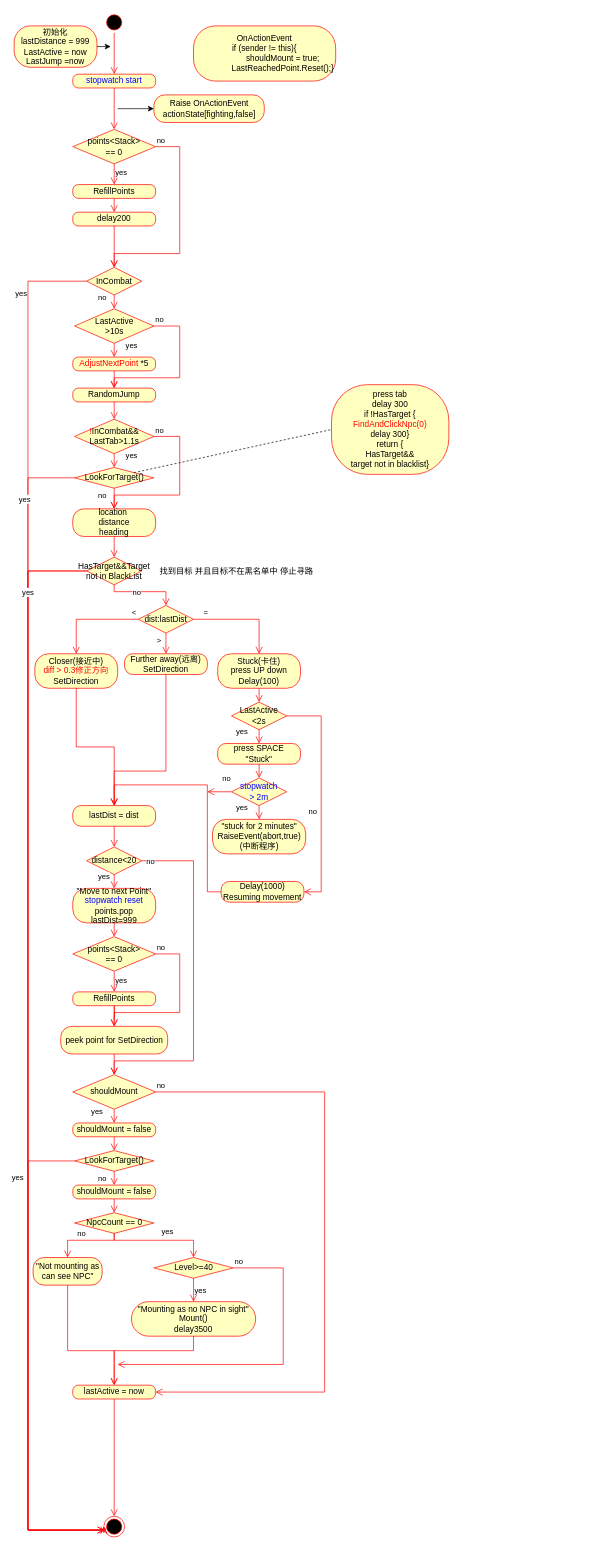
Before: FollowRouteAction.drawio in YannieCheung/botgrams, a draw.io diagram. Source tidied: cells renumbered, new cells numbered last; positions are measured from the earlier drawing's top-left corner, leaving out a move shared by most shapes. Both pictures are drawn from the tidied source at 69%, with x=0, y=0 at pixel (14, 12).
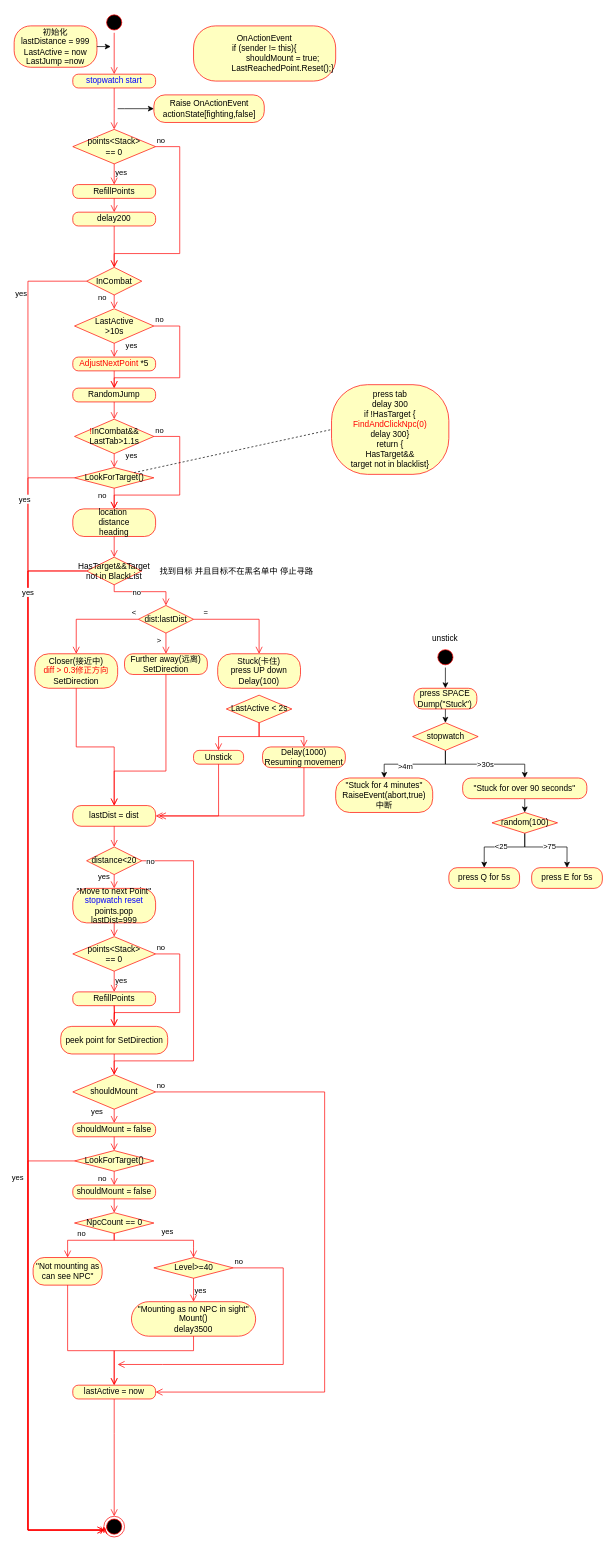
The same page after the edit.

The change refers to these unchanged cells:
```xml
<mxCell id="32" value="Stuck(卡住)&lt;br&gt;press UP down&lt;br&gt;Delay(100)" style="rounded=1;whiteSpace=wrap;html=1;arcSize=40;fontColor=#000000;fillColor=#ffffc0;strokeColor=#ff0000;" parent="1" vertex="1">
  <mxGeometry x="295" y="930" width="120" height="50" as="geometry" />
</mxCell>
<mxCell id="40" value="lastDist =&amp;nbsp;dist" style="rounded=1;whiteSpace=wrap;html=1;arcSize=40;fontColor=#000000;fillColor=#ffffc0;strokeColor=#ff0000;" parent="1" vertex="1">
  <mxGeometry x="85" y="1150" width="120" height="30" as="geometry" />
</mxCell>
```

Diff of the diagram source:
```diff
@@
-    <mxCell id="33" value="LastActive&lt;br&gt;&amp;lt;2s" style="rhombus;whiteSpace=wrap;html=1;fillColor=#ffffc0;strokeColor=#ff0000;" parent="1" vertex="1">
-      <mxGeometry x="315" y="1000" width="80" height="40" as="geometry" />
-    </mxCell>
-    <mxCell id="34" value="yes" style="edgeStyle=orthogonalEdgeStyle;html=1;align=left;verticalAlign=top;endArrow=open;endSize=8;strokeColor=#ff0000;rounded=0;exitX=0.5;exitY=1;exitDx=0;exitDy=0;entryX=0.5;entryY=0;entryDx=0;entryDy=0;" parent="1" edge="1" source="33" target="35">
-      <mxGeometry x="-1" y="-36" relative="1" as="geometry">
-        <mxPoint x="1" y="-10" as="offset" />
-      </mxGeometry>
-    </mxCell>
-    <mxCell id="35" value="press SPACE&lt;br&gt;&quot;Stuck&quot;" style="rounded=1;whiteSpace=wrap;html=1;arcSize=40;fontColor=#000000;fillColor=#ffffc0;strokeColor=#ff0000;" parent="1" vertex="1">
-      <mxGeometry x="295" y="1060" width="120" height="30" as="geometry" />
-    </mxCell>
     <mxCell id="36" value="Delay(1000)&lt;br&gt;Resuming movement" style="rounded=1;whiteSpace=wrap;html=1;arcSize=40;fontColor=#000000;fillColor=#ffffc0;strokeColor=#ff0000;" parent="1" vertex="1">
-      <mxGeometry x="300" y="1260" width="120" height="30" as="geometry" />
+      <mxGeometry x="360" y="1065" width="120" height="30" as="geometry" />
     </mxCell>
-    <mxCell id="37" value="no" style="edgeStyle=orthogonalEdgeStyle;html=1;align=left;verticalAlign=bottom;endArrow=open;endSize=8;strokeColor=#ff0000;rounded=0;entryX=1;entryY=0.5;entryDx=0;entryDy=0;exitX=1;exitY=0.5;exitDx=0;exitDy=0;" parent="1" edge="1" source="33" target="36">
-      <mxGeometry x="0.2" y="-20" relative="1" as="geometry">
-        <Array as="points">
-          <mxPoint x="445" y="1020" />
-          <mxPoint x="445" y="1275" />
-        </Array>
-      </mxGeometry>
-    </mxCell>
@@
-    <mxCell id="43" style="edgeStyle=orthogonalEdgeStyle;html=1;verticalAlign=bottom;endArrow=open;endSize=8;strokeColor=#ff0000;rounded=0;fontColor=#FF0000;exitX=0;exitY=0.5;exitDx=0;exitDy=0;" parent="1" edge="1" source="36" target="40">
+    <mxCell id="43" style="edgeStyle=orthogonalEdgeStyle;html=1;verticalAlign=bottom;endArrow=open;endSize=8;strokeColor=#ff0000;rounded=0;fontColor=#FF0000;exitX=0.5;exitY=1;exitDx=0;exitDy=0;" parent="1" edge="1" source="36" target="40">
       <mxGeometry relative="1" as="geometry">
         <Array as="points">
-          <mxPoint x="280" y="1275" />
-          <mxPoint x="280" y="1120" />
-          <mxPoint x="145" y="1120" />
+          <mxPoint x="420" y="1165" />
         </Array>
       </mxGeometry>
     </mxCell>
@@
-    <mxCell id="70" value="&lt;font color=&quot;#0000ff&quot;&gt;stopwatch &lt;br&gt;&amp;gt; 2m&lt;/font&gt;" style="rhombus;whiteSpace=wrap;html=1;fillColor=#ffffc0;strokeColor=#ff0000;" parent="1" vertex="1">
-      <mxGeometry x="315" y="1110" width="80" height="40" as="geometry" />
-    </mxCell>
-    <mxCell id="71" style="edgeStyle=orthogonalEdgeStyle;html=1;verticalAlign=bottom;endArrow=open;endSize=8;strokeColor=#ff0000;rounded=0;exitX=0.5;exitY=1;exitDx=0;exitDy=0;entryX=0.5;entryY=0;entryDx=0;entryDy=0;" parent="1" edge="1" source="35" target="70">
-      <mxGeometry relative="1" as="geometry" />
-    </mxCell>
-    <mxCell id="72" style="edgeStyle=orthogonalEdgeStyle;html=1;verticalAlign=bottom;endArrow=open;endSize=8;strokeColor=#ff0000;rounded=0;exitX=0.5;exitY=1;exitDx=0;exitDy=0;entryX=0.5;entryY=0;entryDx=0;entryDy=0;" parent="1" edge="1" source="32" target="33">
+    <mxCell id="72" style="edgeStyle=orthogonalEdgeStyle;html=1;verticalAlign=bottom;endArrow=open;endSize=8;strokeColor=#ff0000;rounded=0;entryX=0.5;entryY=0;entryDx=0;entryDy=0;exitX=0.5;exitY=1;exitDx=0;exitDy=0;" parent="1" edge="1" source="119" target="73">
       <mxGeometry relative="1" as="geometry" />
     </mxCell>
-    <mxCell id="73" value="&quot;stuck for 2 minutes&quot;&lt;br&gt;RaiseEvent(abort,true)&lt;br&gt;(中断程序)" style="rounded=1;whiteSpace=wrap;html=1;arcSize=40;fontColor=#000000;fillColor=#ffffc0;strokeColor=#ff0000;" parent="1" vertex="1">
-      <mxGeometry x="287.5" y="1170" width="135" height="50" as="geometry" />
+    <mxCell id="73" value="Unstick" style="rounded=1;whiteSpace=wrap;html=1;arcSize=40;fontColor=#000000;fillColor=#ffffc0;strokeColor=#ff0000;" parent="1" vertex="1">
+      <mxGeometry x="260" y="1070" width="72.5" height="20" as="geometry" />
     </mxCell>
-    <mxCell id="74" value="yes" style="edgeStyle=orthogonalEdgeStyle;html=1;align=left;verticalAlign=top;endArrow=open;endSize=8;strokeColor=#ff0000;rounded=0;exitX=0.5;exitY=1;exitDx=0;exitDy=0;entryX=0.5;entryY=0;entryDx=0;entryDy=0;" parent="1" edge="1" source="70" target="73">
-      <mxGeometry x="-1" y="-36" relative="1" as="geometry">
-        <mxPoint x="1" y="-10" as="offset" />
-      </mxGeometry>
-    </mxCell>
@@
-    <mxCell id="94" value="no" style="edgeStyle=orthogonalEdgeStyle;html=1;align=left;verticalAlign=bottom;endArrow=open;endSize=8;strokeColor=#ff0000;rounded=0;exitX=0;exitY=0.5;exitDx=0;exitDy=0;" parent="1" edge="1" source="70">
-      <mxGeometry x="-0.14" y="-10" relative="1" as="geometry">
-        <mxPoint x="280" y="1130" as="targetPoint" />
-        <Array as="points">
-          <mxPoint x="310" y="1130" />
-          <mxPoint x="310" y="1130" />
-        </Array>
-      </mxGeometry>
-    </mxCell>
@@
+    <mxCell id="102" style="edgeStyle=orthogonalEdgeStyle;rounded=0;jettySize=auto;html=1;" parent="1" edge="1" source="103">
+      <mxGeometry relative="1" as="geometry">
+        <mxPoint x="625" y="980" as="targetPoint" />
+      </mxGeometry>
+    </mxCell>
+    <mxCell id="103" style="ellipse;html=1;shape=startState;fillColor=#000000;strokeColor=#ff0000;" parent="1" vertex="1">
+      <mxGeometry x="610" y="920" width="30" height="30" as="geometry" />
+    </mxCell>
+    <mxCell id="104" value="unstick" style="text;strokeColor=none;fillColor=none;align=left;verticalAlign=top;spacingLeft=4;spacingRight=4;overflow=hidden;" parent="1" vertex="1">
+      <mxGeometry x="600" y="894" width="50" height="26" as="geometry" />
+    </mxCell>
+    <mxCell id="105" style="edgeStyle=orthogonalEdgeStyle;rounded=0;jettySize=auto;html=1;" parent="1" edge="1" source="106">
+      <mxGeometry relative="1" as="geometry">
+        <mxPoint x="625" y="1030" as="targetPoint" />
+      </mxGeometry>
+    </mxCell>
+    <mxCell id="106" value="press SPACE&lt;br&gt;Dump(&quot;Stuck&quot;)" style="rounded=1;whiteSpace=wrap;html=1;arcSize=40;fontColor=#000000;fillColor=#ffffc0;strokeColor=#ff0000;" parent="1" vertex="1">
+      <mxGeometry x="579.4" y="980" width="91.2" height="30" as="geometry" />
+    </mxCell>
+    <mxCell id="107" style="edgeStyle=orthogonalEdgeStyle;rounded=0;jettySize=auto;html=1;exitX=0.5;exitY=1;exitDx=0;exitDy=0;entryX=0.5;entryY=0;entryDx=0;entryDy=0;" parent="1" edge="1" source="110" target="111">
+      <mxGeometry relative="1" as="geometry" />
+    </mxCell>
+    <mxCell id="108" value="&amp;gt;4m" style="edgeLabel;html=1;align=center;verticalAlign=middle;" parent="107" vertex="1">
+      <mxGeometry x="0.23" y="2" relative="1" as="geometry" />
+    </mxCell>
+    <mxCell id="109" value="&amp;gt;30s" style="edgeStyle=orthogonalEdgeStyle;rounded=0;jettySize=auto;html=1;" parent="1" edge="1" source="110" target="113">
+      <mxGeometry relative="1" as="geometry" />
+    </mxCell>
+    <mxCell id="110" value="stopwatch" style="rhombus;whiteSpace=wrap;html=1;fillColor=#ffffc0;strokeColor=#ff0000;" parent="1" vertex="1">
+      <mxGeometry x="577.5" y="1030" width="95" height="40" as="geometry" />
+    </mxCell>
+    <mxCell id="111" value="&quot;Stuck for 4 minutes&quot;&lt;br&gt;RaiseEvent(abort,true)&lt;br&gt;中断" style="rounded=1;whiteSpace=wrap;html=1;arcSize=40;fontColor=#000000;fillColor=#ffffc0;strokeColor=#ff0000;" parent="1" vertex="1">
+      <mxGeometry x="466" y="1110" width="140.6" height="50" as="geometry" />
+    </mxCell>
+    <mxCell id="112" style="edgeStyle=orthogonalEdgeStyle;rounded=0;jettySize=auto;html=1;exitX=0.5;exitY=1;exitDx=0;exitDy=0;entryX=0.5;entryY=0;entryDx=0;entryDy=0;" parent="1" edge="1" source="113" target="116">
+      <mxGeometry relative="1" as="geometry" />
+    </mxCell>
+    <mxCell id="113" value="&quot;Stuck for over 90 seconds&quot;" style="rounded=1;whiteSpace=wrap;html=1;arcSize=40;fontColor=#000000;fillColor=#ffffc0;strokeColor=#ff0000;" parent="1" vertex="1">
+      <mxGeometry x="650" y="1110" width="180" height="30" as="geometry" />
+    </mxCell>
+    <mxCell id="114" value="&amp;lt;25" style="edgeStyle=orthogonalEdgeStyle;rounded=0;jettySize=auto;html=1;entryX=0.5;entryY=0;entryDx=0;entryDy=0;" parent="1" edge="1" source="116" target="117">
+      <mxGeometry relative="1" as="geometry">
+        <Array as="points">
+          <mxPoint x="740" y="1210" />
+          <mxPoint x="681" y="1210" />
+        </Array>
+      </mxGeometry>
+    </mxCell>
+    <mxCell id="115" value="&amp;gt;75" style="edgeStyle=orthogonalEdgeStyle;rounded=0;jettySize=auto;html=1;entryX=0.5;entryY=0;entryDx=0;entryDy=0;" parent="1" edge="1" source="116" target="118">
+      <mxGeometry relative="1" as="geometry">
+        <Array as="points">
+          <mxPoint x="740" y="1210" />
+          <mxPoint x="801" y="1210" />
+        </Array>
+      </mxGeometry>
+    </mxCell>
+    <mxCell id="116" value="random(100)" style="rhombus;whiteSpace=wrap;html=1;fillColor=#ffffc0;strokeColor=#ff0000;" parent="1" vertex="1">
+      <mxGeometry x="692.5" y="1160" width="95" height="30" as="geometry" />
+    </mxCell>
+    <mxCell id="117" value="press Q for 5s" style="rounded=1;whiteSpace=wrap;html=1;arcSize=40;fontColor=#000000;fillColor=#ffffc0;strokeColor=#ff0000;" parent="1" vertex="1">
+      <mxGeometry x="630" y="1240" width="102.5" height="30" as="geometry" />
+    </mxCell>
+    <mxCell id="118" value="press E for 5s" style="rounded=1;whiteSpace=wrap;html=1;arcSize=40;fontColor=#000000;fillColor=#ffffc0;strokeColor=#ff0000;" parent="1" vertex="1">
+      <mxGeometry x="750" y="1240" width="102.5" height="30" as="geometry" />
+    </mxCell>
+    <mxCell id="119" value="LastActive &amp;lt; 2s" style="rhombus;whiteSpace=wrap;html=1;fillColor=#ffffc0;strokeColor=#ff0000;" parent="1" vertex="1">
+      <mxGeometry x="307.5" y="990" width="95" height="40" as="geometry" />
+    </mxCell>
+    <mxCell id="120" style="edgeStyle=orthogonalEdgeStyle;html=1;verticalAlign=bottom;endArrow=open;endSize=8;strokeColor=#ff0000;rounded=0;entryX=0.5;entryY=0;entryDx=0;entryDy=0;exitX=0.5;exitY=1;exitDx=0;exitDy=0;" parent="1" edge="1" source="119" target="36">
+      <mxGeometry relative="1" as="geometry">
+        <Array as="points">
+          <mxPoint x="355" y="1050" />
+          <mxPoint x="420" y="1050" />
+        </Array>
+      </mxGeometry>
+    </mxCell>
+    <mxCell id="121" style="edgeStyle=orthogonalEdgeStyle;html=1;verticalAlign=bottom;endArrow=open;endSize=8;strokeColor=#ff0000;rounded=0;exitX=0.5;exitY=1;exitDx=0;exitDy=0;" parent="1" edge="1" source="73">
+      <mxGeometry relative="1" as="geometry">
+        <mxPoint x="210" y="1165" as="targetPoint" />
+        <Array as="points">
+          <mxPoint x="296" y="1165" />
+        </Array>
+      </mxGeometry>
+    </mxCell>
```
